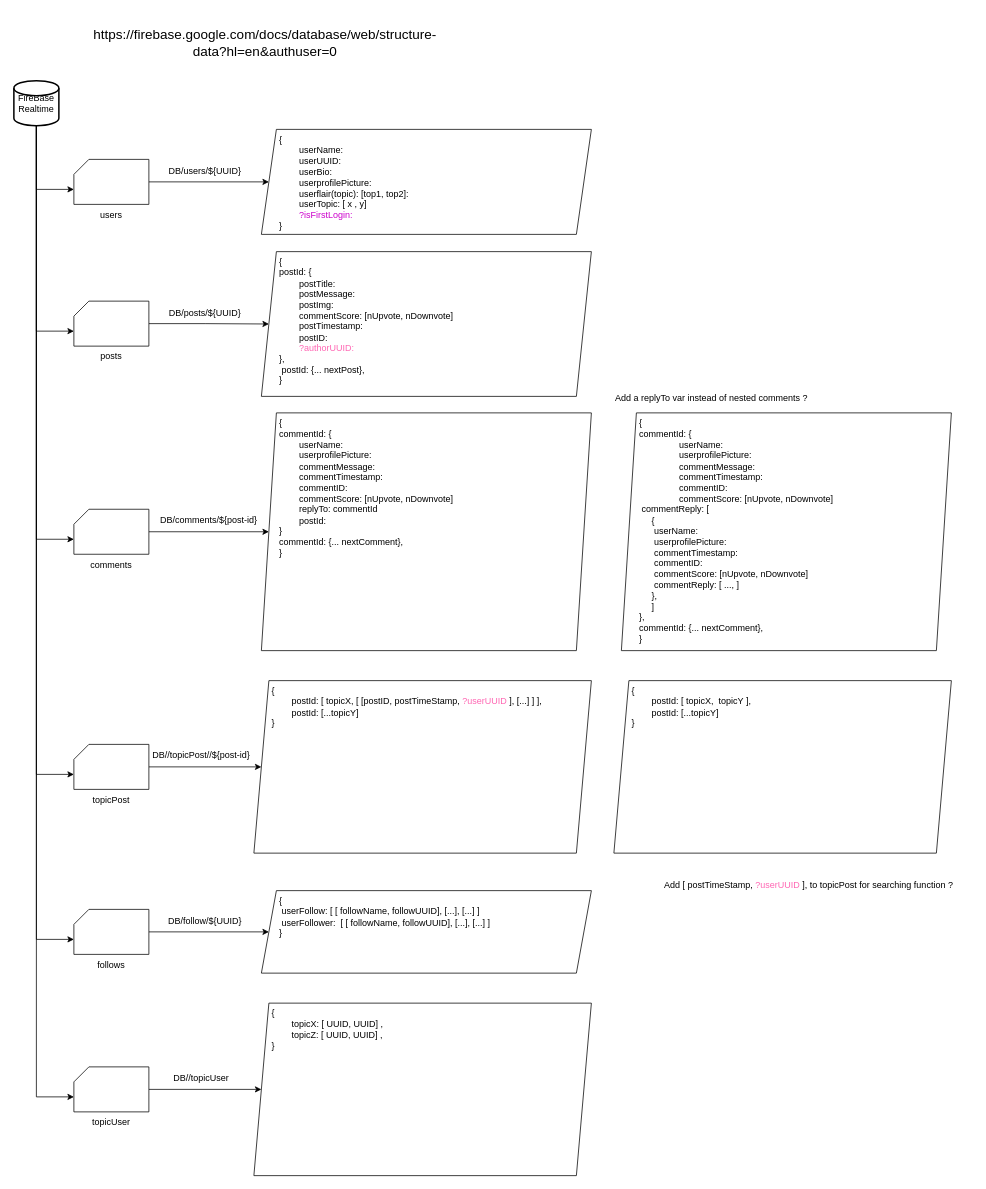
The draw.io diagram page "DataBase" (8 of 11) of doc/MindIt_DesignIdea.drawio in zellko/top-mindit, before the edit. Source tidied: cells renumbered, new cells numbered last; positions are measured from the earlier drawing's top-left corner, leaving out a move shared by most shapes. Both pictures are drawn from the tidied source at 75%, with x=0, y=0 at pixel (14, 13).
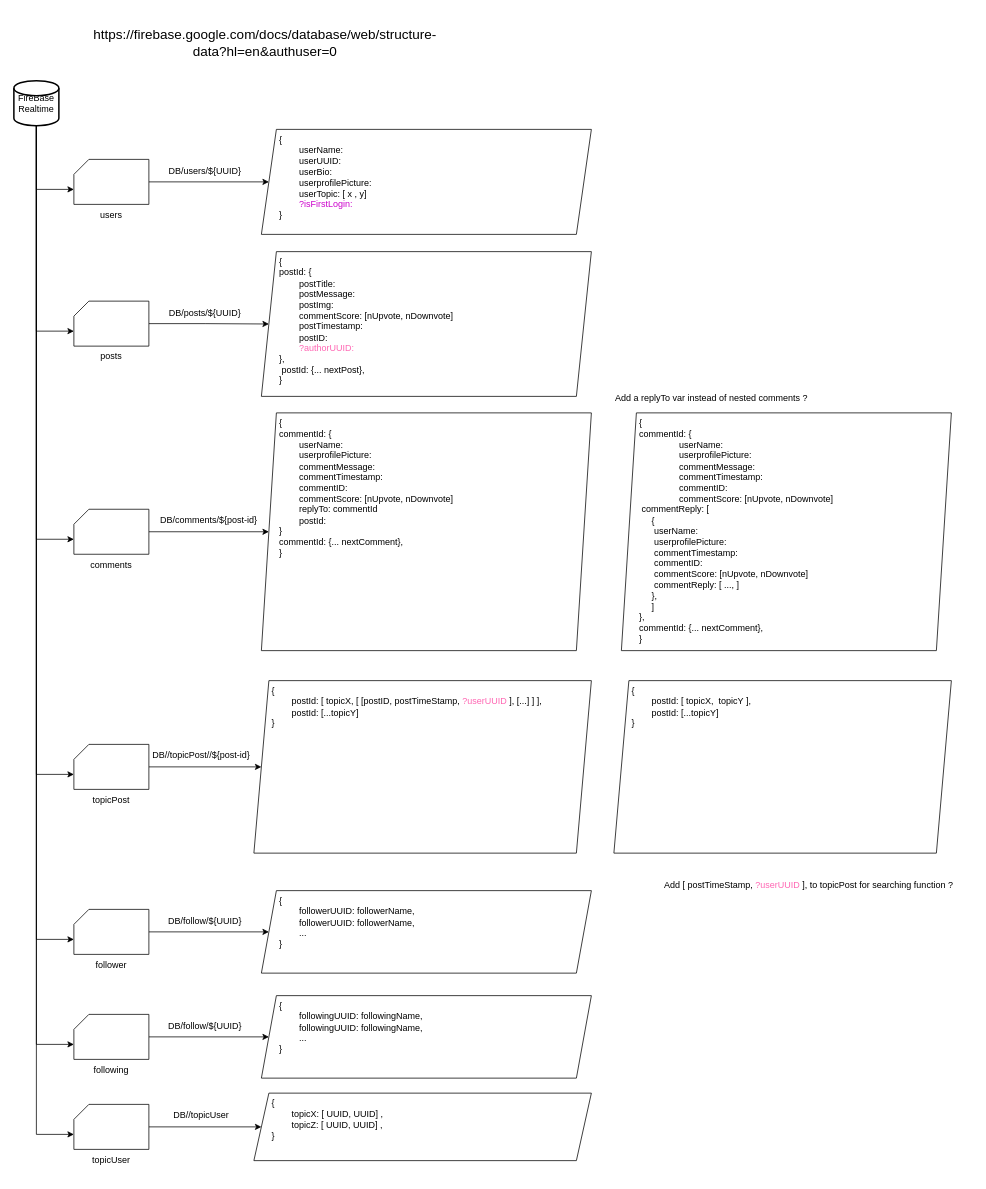
Above is the later version.

Unchanged cells that the change refers to:
```xml
<mxCell id="9" value="FireBase&lt;br&gt;Realtime" style="strokeWidth=2;html=1;shape=mxgraph.flowchart.database;whiteSpace=wrap;" parent="1" vertex="1">
  <mxGeometry y="90" width="60" height="60" as="geometry" />
</mxCell>
```

Diff of the diagram source:
```diff
@@
+    <mxCell id="39" style="edgeStyle=orthogonalEdgeStyle;rounded=0;jettySize=auto;html=1;exitX=0.5;exitY=1;exitDx=0;exitDy=0;exitPerimeter=0;entryX=0;entryY=0;entryDx=0;entryDy=40;entryPerimeter=0;" parent="1" edge="1" source="9" target="41">
+      <mxGeometry relative="1" as="geometry" />
+    </mxCell>
@@
-    <mxCell id="16" value="{&lt;br&gt;&lt;span style=&quot;&quot;&gt; &lt;/span&gt;&lt;span style=&quot;&quot;&gt; &lt;/span&gt;&lt;span style=&quot;white-space: pre;&quot;&gt; &lt;span style=&quot;white-space: pre;&quot;&gt;&#9;&lt;/span&gt;&lt;/span&gt;userName:&lt;br&gt;&lt;span style=&quot;white-space: pre;&quot;&gt;&#9;&lt;/span&gt;userUUID:&lt;br&gt;&lt;span style=&quot;white-space: pre;&quot;&gt; &lt;span style=&quot;white-space: pre;&quot;&gt;&#9;&lt;/span&gt;&lt;/span&gt;userBio:&lt;br&gt;&lt;span style=&quot;&quot;&gt;&lt;/span&gt;&lt;span style=&quot;&quot;&gt; &lt;/span&gt;&lt;span style=&quot;white-space: pre;&quot;&gt; &lt;span style=&quot;white-space: pre;&quot;&gt;&#9;&lt;/span&gt;&lt;/span&gt;userprofilePicture:&lt;br&gt;&lt;span style=&quot;&quot;&gt;&lt;/span&gt;&lt;span style=&quot;&quot;&gt; &lt;/span&gt;&lt;span style=&quot;white-space: pre;&quot;&gt; &lt;span style=&quot;white-space: pre;&quot;&gt;&#9;&lt;/span&gt;&lt;/span&gt;userflair(topic): [top1, top2]:&lt;br&gt;&lt;span style=&quot;white-space: pre;&quot;&gt;&#9;&lt;/span&gt;userTopic: [ x , y]&lt;br&gt;&lt;font color=&quot;#cc00cc&quot;&gt;&lt;span style=&quot;white-space: pre;&quot;&gt;&#9;&lt;/span&gt;?isFirstLogin:&amp;nbsp;&lt;br&gt;&lt;/font&gt;}" style="shape=parallelogram;perimeter=parallelogramPerimeter;whiteSpace=wrap;html=1;fixedSize=1;fontSize=12;align=left;verticalAlign=top;spacingLeft=22;" parent="1" vertex="1">
+    <mxCell id="16" value="{&lt;br&gt;&lt;span style=&quot;&quot;&gt; &lt;/span&gt;&lt;span style=&quot;&quot;&gt; &lt;/span&gt;&lt;span style=&quot;white-space: pre;&quot;&gt; &lt;span style=&quot;white-space: pre;&quot;&gt;&#9;&lt;/span&gt;&lt;/span&gt;userName:&lt;br&gt;&lt;span style=&quot;white-space: pre;&quot;&gt;&#9;&lt;/span&gt;userUUID:&lt;br&gt;&lt;span style=&quot;white-space: pre;&quot;&gt; &lt;span style=&quot;white-space: pre;&quot;&gt;&#9;&lt;/span&gt;&lt;/span&gt;userBio:&lt;br&gt;&lt;span style=&quot;&quot;&gt;&lt;/span&gt;&lt;span style=&quot;&quot;&gt; &lt;/span&gt;&lt;span style=&quot;white-space: pre;&quot;&gt; &lt;span style=&quot;white-space: pre;&quot;&gt;&#9;&lt;/span&gt;&lt;/span&gt;userprofilePicture:&lt;br&gt;&lt;span style=&quot;white-space: pre;&quot;&gt;&#9;&lt;/span&gt;userTopic: [ x , y]&lt;br&gt;&lt;font color=&quot;#cc00cc&quot;&gt;&lt;span style=&quot;white-space: pre;&quot;&gt;&#9;&lt;/span&gt;?isFirstLogin:&amp;nbsp;&lt;br&gt;&lt;/font&gt;}" style="shape=parallelogram;perimeter=parallelogramPerimeter;whiteSpace=wrap;html=1;fixedSize=1;fontSize=12;align=left;verticalAlign=top;spacingLeft=22;" parent="1" vertex="1">
       <mxGeometry x="330" y="155" width="440" height="140" as="geometry" />
     </mxCell>
@@
-    <mxCell id="28" value="follows" style="verticalLabelPosition=bottom;verticalAlign=top;html=1;shape=card;whiteSpace=wrap;size=20;arcSize=12;horizontal=1;fontSize=12;" parent="1" vertex="1">
+    <mxCell id="28" value="follower" style="verticalLabelPosition=bottom;verticalAlign=top;html=1;shape=card;whiteSpace=wrap;size=20;arcSize=12;horizontal=1;fontSize=12;" parent="1" vertex="1">
       <mxGeometry x="80" y="1195" width="100" height="60" as="geometry" />
     </mxCell>
-    <mxCell id="29" value="{&lt;br&gt;&lt;span style=&quot;&quot;&gt; &lt;/span&gt;&lt;span style=&quot;&quot;&gt; &lt;/span&gt;&lt;span style=&quot;&quot;&gt; &lt;/span&gt;&lt;span style=&quot;white-space: pre;&quot;&gt; &lt;/span&gt;userFollow: [ [ followName, followUUID], [...], [...] ]&lt;br&gt;&lt;span style=&quot;&quot;&gt; &lt;/span&gt;&lt;span style=&quot;white-space: pre;&quot;&gt; &lt;/span&gt;userFollower:&amp;nbsp;&amp;nbsp;[ [ followName, followUUID], [...], [...] ]&lt;br&gt;}" style="shape=parallelogram;perimeter=parallelogramPerimeter;whiteSpace=wrap;html=1;fixedSize=1;fontSize=12;align=left;verticalAlign=top;spacingLeft=22;" parent="1" vertex="1">
+    <mxCell id="29" value="{&lt;br&gt;&lt;span style=&quot;&quot;&gt; &lt;/span&gt;&lt;span style=&quot;&quot;&gt; &lt;/span&gt;&lt;span style=&quot;&quot;&gt; &lt;/span&gt;&lt;span style=&quot;&quot;&gt; &lt;/span&gt;&lt;span style=&quot;white-space: pre;&quot;&gt;&#9;&lt;/span&gt;followerUUID: followerName,&amp;nbsp;&lt;br&gt;&lt;span style=&quot;white-space: pre;&quot;&gt;&#9;&lt;/span&gt;followerUUID: followerName,&lt;br&gt;&lt;span style=&quot;white-space: pre;&quot;&gt;&#9;&lt;/span&gt;...&lt;br&gt;}" style="shape=parallelogram;perimeter=parallelogramPerimeter;whiteSpace=wrap;html=1;fixedSize=1;fontSize=12;align=left;verticalAlign=top;spacingLeft=22;" parent="1" vertex="1">
       <mxGeometry x="330" y="1170" width="440" height="110" as="geometry" />
     </mxCell>
@@
     <mxCell id="36" value="topicUser" style="verticalLabelPosition=bottom;verticalAlign=top;html=1;shape=card;whiteSpace=wrap;size=20;arcSize=12;horizontal=1;fontSize=12;" parent="1" vertex="1">
-      <mxGeometry x="80" y="1405" width="100" height="60" as="geometry" />
+      <mxGeometry x="80" y="1455" width="100" height="60" as="geometry" />
     </mxCell>
     <mxCell id="37" value="DB//topicUser" style="text;html=1;strokeColor=none;fillColor=none;align=center;verticalAlign=middle;whiteSpace=wrap;rounded=0;fontSize=12;" parent="1" vertex="1">
-      <mxGeometry x="180" y="1405" width="140" height="30" as="geometry" />
+      <mxGeometry x="180" y="1455" width="140" height="30" as="geometry" />
     </mxCell>
     <mxCell id="38" value="{&lt;br&gt;&lt;span style=&quot;white-space: pre;&quot;&gt;&#9;&lt;/span&gt;topicX: [ UUID, UUID] ,&lt;br&gt;  &lt;span style=&quot;&quot;&gt; &lt;/span&gt;&lt;span style=&quot;&quot;&gt; &lt;span style=&quot;&quot;&gt; &lt;/span&gt;&lt;span style=&quot;&quot;&gt; &lt;span style=&quot;&quot;&gt; &lt;/span&gt;&lt;/span&gt;&lt;/span&gt;&lt;span style=&quot;white-space: pre;&quot;&gt;&#9;&lt;/span&gt;topicZ: [ UUID, UUID] ,&lt;br&gt;}" style="shape=parallelogram;perimeter=parallelogramPerimeter;whiteSpace=wrap;html=1;fixedSize=1;fontSize=12;align=left;verticalAlign=top;spacingLeft=22;" parent="1" vertex="1">
-      <mxGeometry x="320" y="1320" width="450" height="230" as="geometry" />
+      <mxGeometry x="320" y="1440" width="450" height="90" as="geometry" />
     </mxCell>
+    <mxCell id="40" style="edgeStyle=orthogonalEdgeStyle;rounded=0;jettySize=auto;html=1;exitX=1;exitY=0.5;exitDx=0;exitDy=0;exitPerimeter=0;fontSize=12;entryX=0;entryY=0.5;entryDx=0;entryDy=0;" parent="1" edge="1" source="41" target="42">
+      <mxGeometry relative="1" as="geometry" />
+    </mxCell>
+    <mxCell id="41" value="following" style="verticalLabelPosition=bottom;verticalAlign=top;html=1;shape=card;whiteSpace=wrap;size=20;arcSize=12;horizontal=1;fontSize=12;" parent="1" vertex="1">
+      <mxGeometry x="80" y="1335" width="100" height="60" as="geometry" />
+    </mxCell>
+    <mxCell id="42" value="{&lt;br&gt;&lt;span style=&quot;&quot;&gt;&#9;&lt;/span&gt;&lt;span style=&quot;white-space: pre;&quot;&gt;&#9;&lt;/span&gt;followingUUID: followingName,&lt;br&gt;&lt;span style=&quot;&quot;&gt;&#9;&lt;/span&gt;&lt;span style=&quot;white-space: pre;&quot;&gt;&#9;&lt;/span&gt;followingUUID: followingName,&lt;br&gt;&lt;span style=&quot;&quot;&gt;&#9;&lt;/span&gt;&lt;span style=&quot;white-space: pre;&quot;&gt;&#9;&lt;/span&gt;...&lt;br&gt;}" style="shape=parallelogram;perimeter=parallelogramPerimeter;whiteSpace=wrap;html=1;fixedSize=1;fontSize=12;align=left;verticalAlign=top;spacingLeft=22;" parent="1" vertex="1">
+      <mxGeometry x="330" y="1310" width="440" height="110" as="geometry" />
+    </mxCell>
+    <mxCell id="43" value="DB/follow/${UUID}" style="text;html=1;strokeColor=none;fillColor=none;align=center;verticalAlign=middle;whiteSpace=wrap;rounded=0;fontSize=12;" parent="1" vertex="1">
+      <mxGeometry x="210" y="1336" width="90" height="30" as="geometry" />
+    </mxCell>
```
